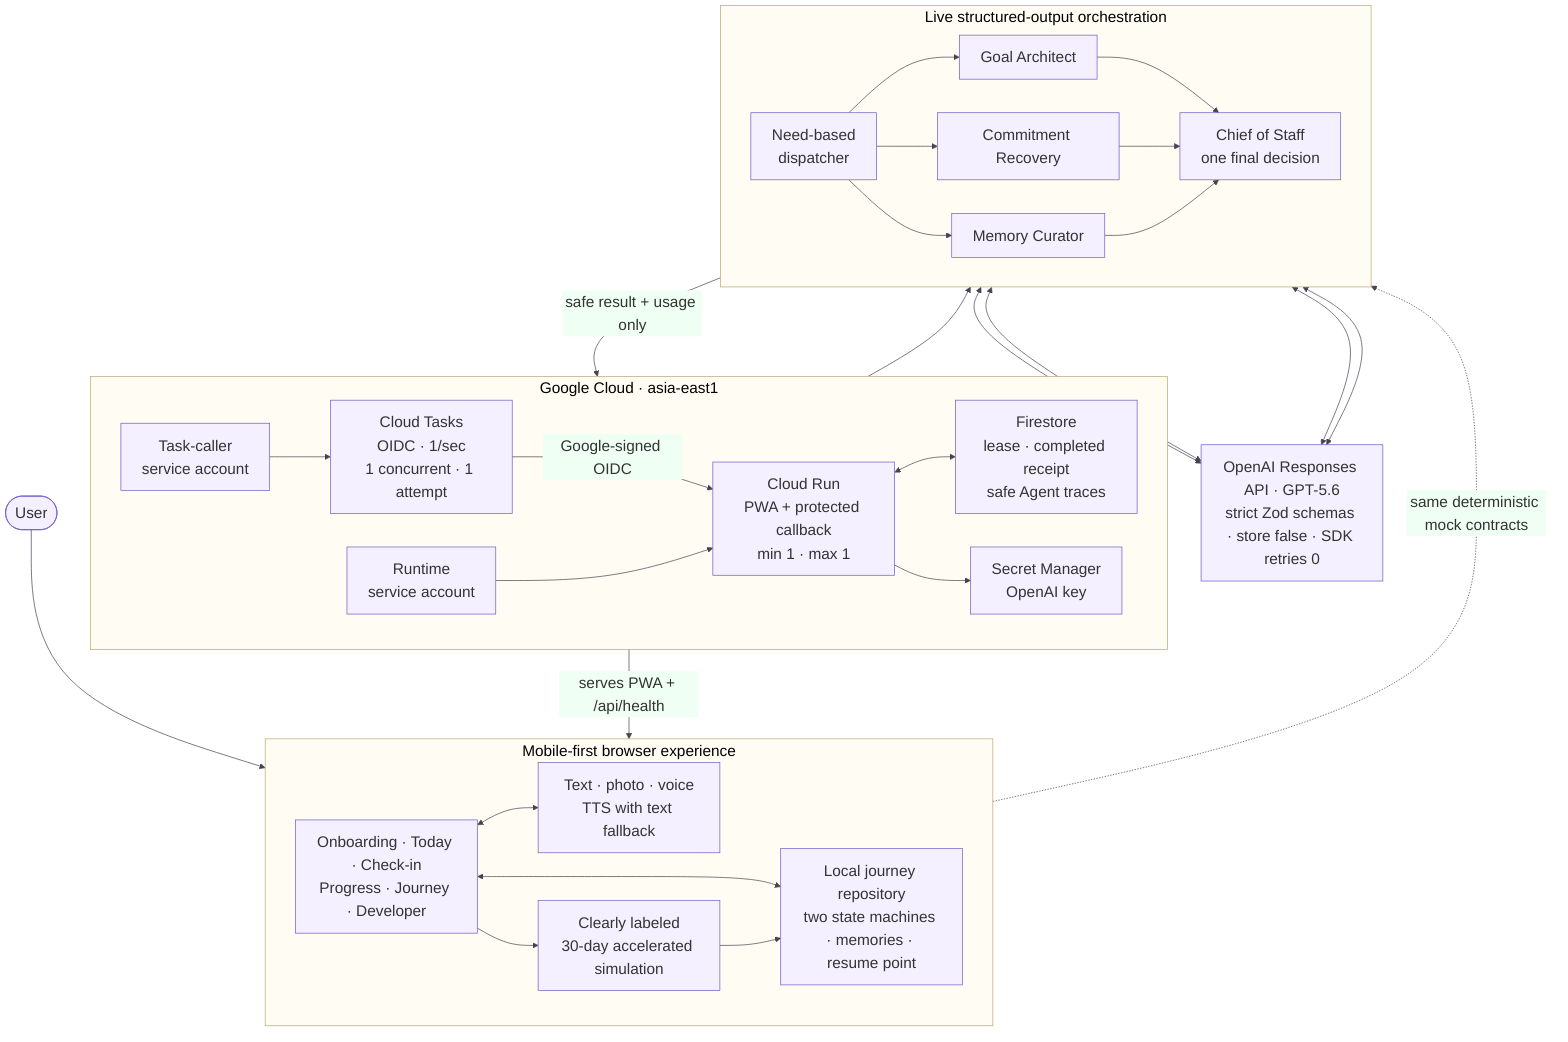
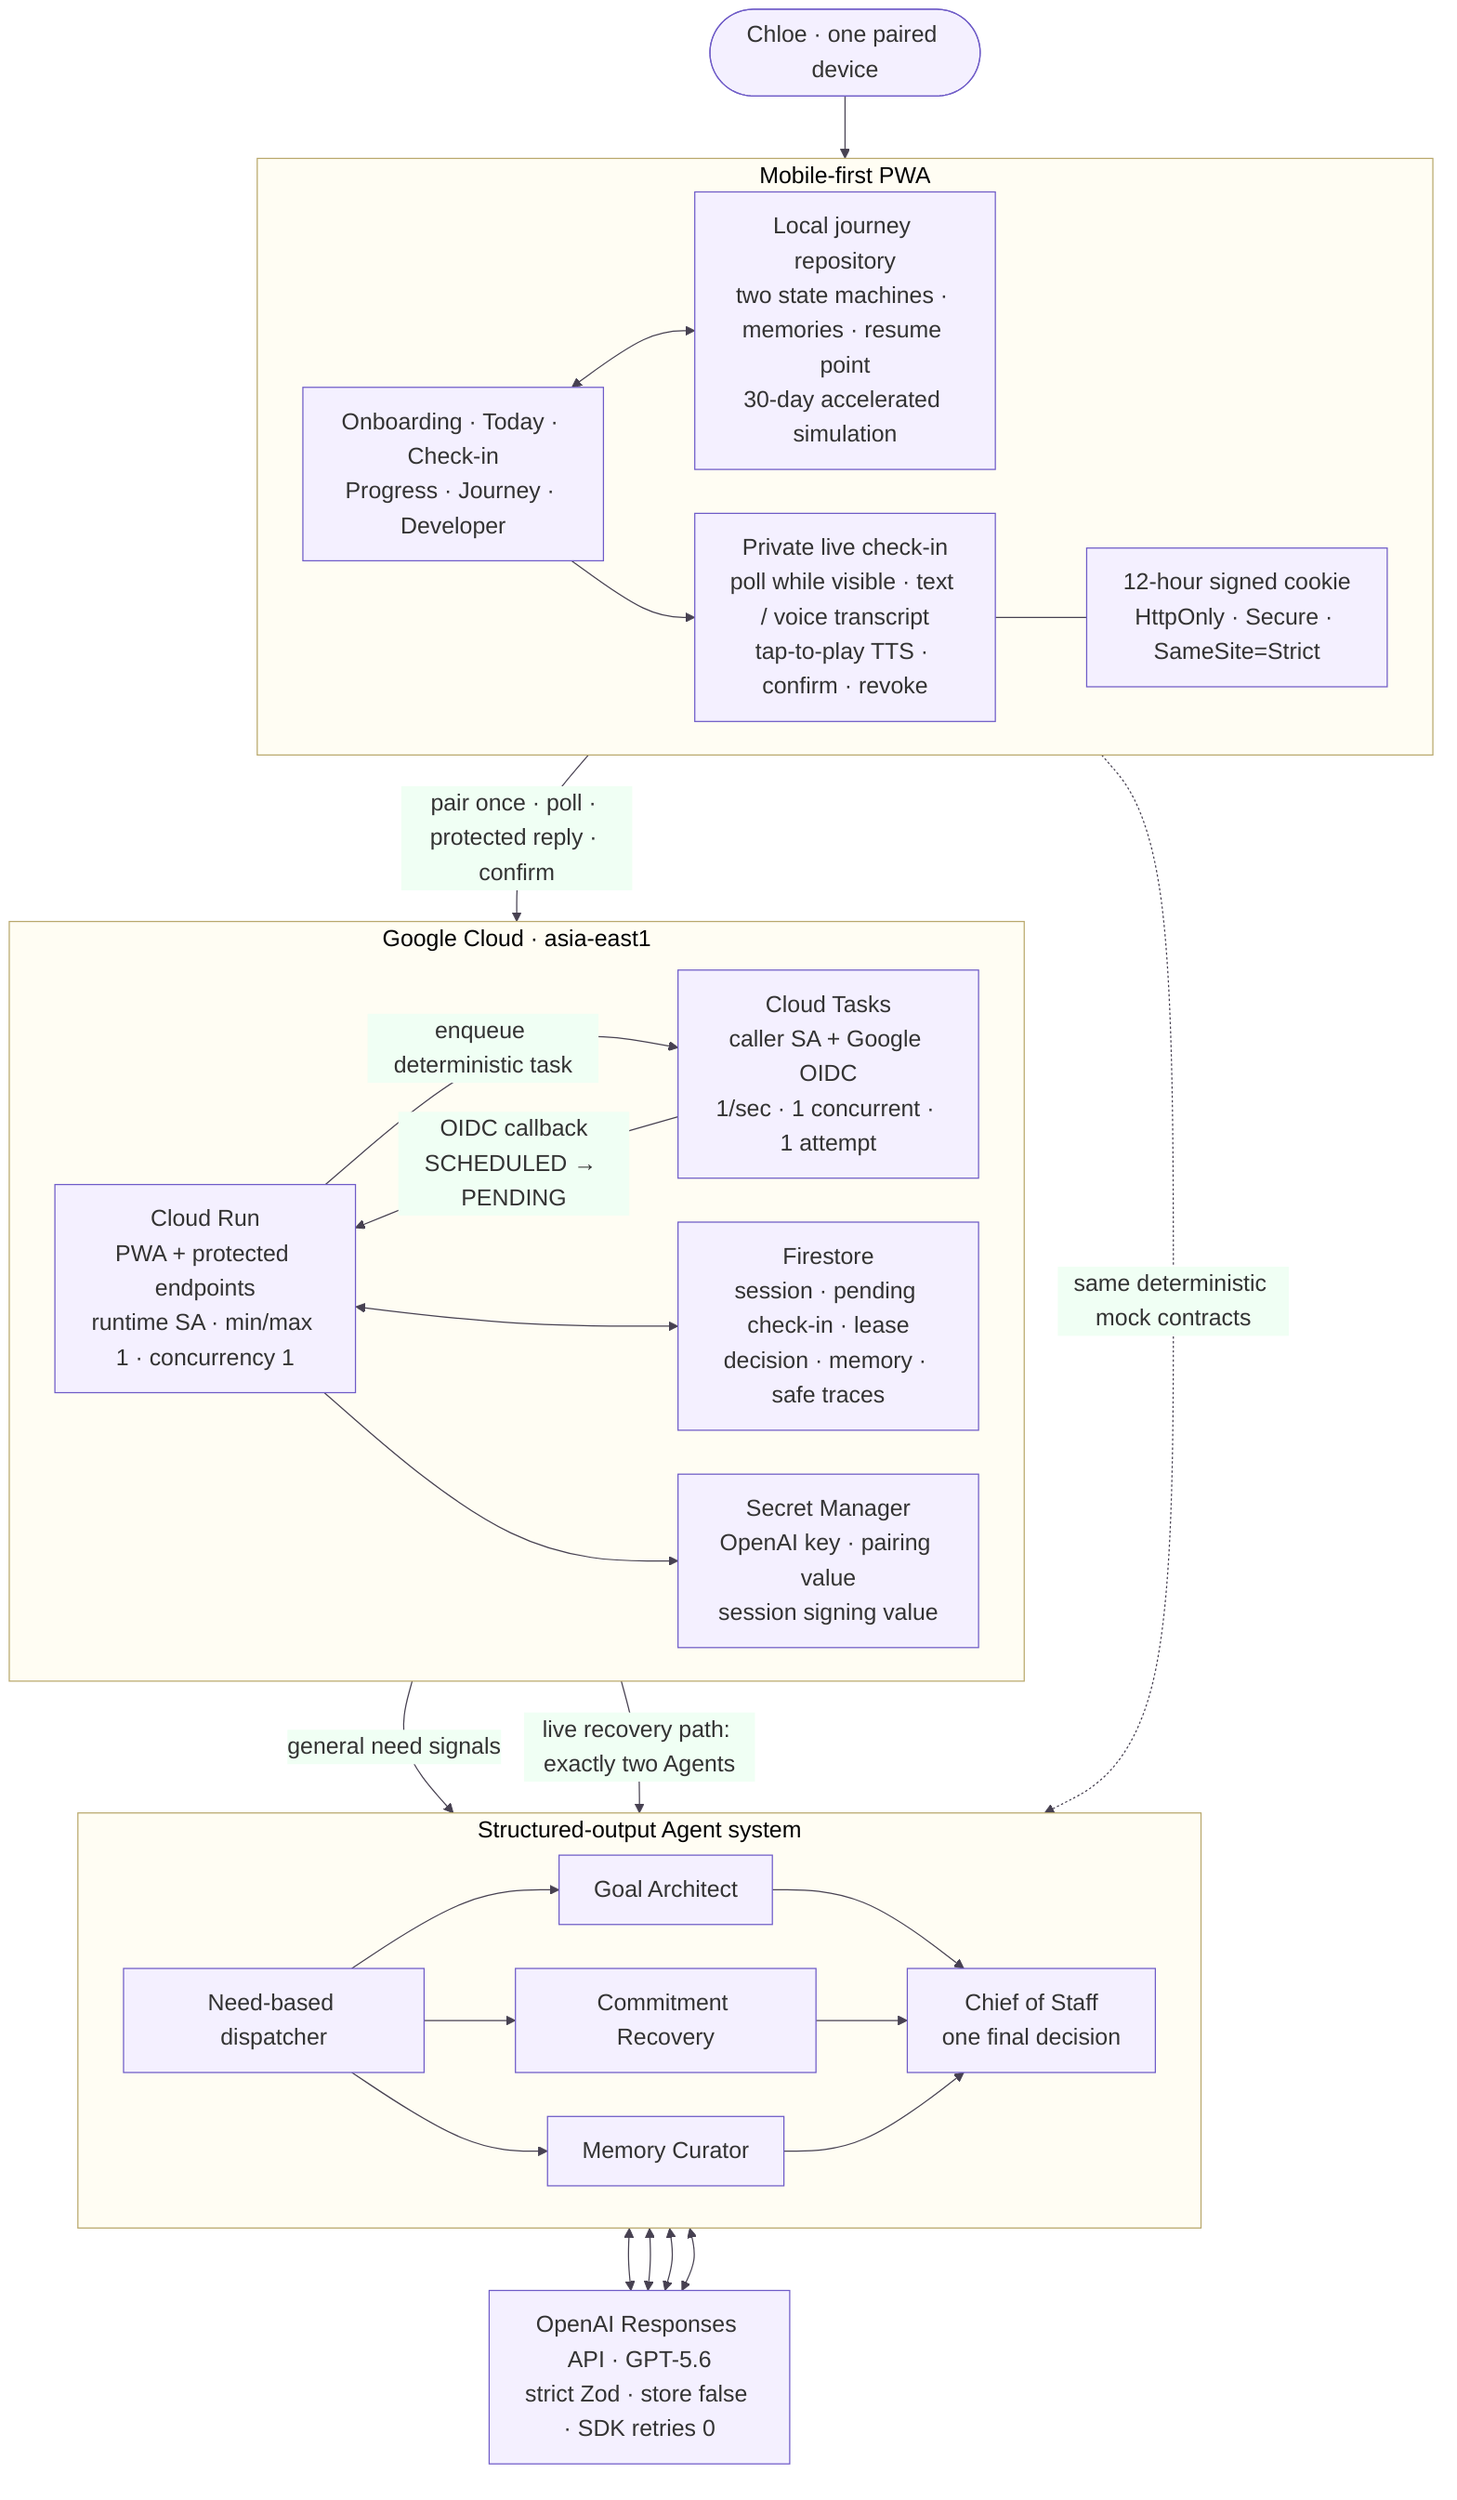
- %%{init: {"theme": "base", "themeVariables": {"fontSize": "22px", "primaryColor": "#F4F0FF", "primaryBorderColor": "#6E5BC7", "lineColor": "#474151", "clusterBkg": "#FFFDF3", "clusterBorder": "#B9A86C"}, "flowchart": {"nodeSpacing": 48, "rankSpacing": 62, "curve": "basis"}}}%%
+ %%{init: {"theme": "base", "themeVariables": {"fontSize": "20px", "primaryColor": "#F4F0FF", "primaryBorderColor": "#6E5BC7", "lineColor": "#474151", "clusterBkg": "#FFFDF3", "clusterBorder": "#B9A86C"}, "flowchart": {"nodeSpacing": 38, "rankSpacing": 54, "curve": "basis"}}}%%
flowchart TB
-     USER(["User"])
+     USER(["Chloe · one paired device"])

-     subgraph BROWSER["Mobile-first browser experience"]
+     subgraph PWA["Mobile-first PWA"]
        direction LR
        UI["Onboarding · Today · Check-in<br/>Progress · Journey · Developer"]
-         LOCAL["Local journey repository<br/>two state machines · memories · resume point"]
-         MEDIA["Text · photo · voice<br/>TTS with text fallback"]
-         SIM["Clearly labeled<br/>30-day accelerated simulation"]
+         LIVE["Private live check-in<br/>poll while visible · text / voice transcript<br/>tap-to-play TTS · confirm · revoke"]
+         COOKIE["12-hour signed cookie<br/>HttpOnly · Secure · SameSite=Strict"]
+         LOCAL["Local journey repository<br/>two state machines · memories · resume point<br/>30-day accelerated simulation"]
+ 
        UI <--> LOCAL
-         UI <--> MEDIA
-         UI --> SIM --> LOCAL
+         UI --> LIVE --- COOKIE
    end

-     subgraph GCP["Google Cloud · asia-east1"]
+     subgraph CLOUD["Google Cloud · asia-east1"]
        direction LR
-         CALLER["Task-caller<br/>service account"]
-         TASKS["Cloud Tasks<br/>OIDC · 1/sec<br/>1 concurrent · 1 attempt"]
-         RUN["Cloud Run<br/>PWA + protected callback<br/>min 1 · max 1"]
-         DB["Firestore<br/>lease · completed receipt<br/>safe Agent traces"]
-         SECRET["Secret Manager<br/>OpenAI key"]
-         RUNTIME["Runtime<br/>service account"]
+         RUN["Cloud Run<br/>PWA + protected endpoints<br/>runtime SA · min/max 1 · concurrency 1"]
+         TASKS["Cloud Tasks<br/>caller SA + Google OIDC<br/>1/sec · 1 concurrent · 1 attempt"]
+         DB["Firestore<br/>session · pending check-in · lease<br/>decision · memory · safe traces"]
+         SECRETS["Secret Manager<br/>OpenAI key · pairing value<br/>session signing value"]

-         CALLER --> TASKS
-         TASKS -->|"Google-signed OIDC"| RUN
-         RUNTIME --> RUN
+         RUN -->|"enqueue deterministic task"| TASKS
+         TASKS -->|"OIDC callback<br/>SCHEDULED → PENDING"| RUN
        RUN <--> DB
-         RUN --> SECRET
+         RUN --> SECRETS
    end

-     subgraph ORCH["Live structured-output orchestration"]
+     subgraph AGENTS["Structured-output Agent system"]
        direction LR
-         DISPATCH["Need-based<br/>dispatcher"]
+         DISPATCH["Need-based dispatcher"]
        GOAL["Goal Architect"]
        RECOVERY["Commitment Recovery"]
        MEMORY["Memory Curator"]
        CHIEF["Chief of Staff<br/>one final decision"]

        DISPATCH --> GOAL --> CHIEF
        DISPATCH --> RECOVERY --> CHIEF
        DISPATCH --> MEMORY --> CHIEF
    end

-     OPENAI["OpenAI Responses API · GPT-5.6<br/>strict Zod schemas · store false · SDK retries 0"]
+     OPENAI["OpenAI Responses API · GPT-5.6<br/>strict Zod · store false · SDK retries 0"]

    USER --> UI
-     RUN -->|"serves PWA + /api/health"| UI
-     RUN --> DISPATCH
+     LIVE -->|"pair once · poll · protected reply · confirm"| RUN
+     RUN -->|"general need signals"| DISPATCH
+     RUN -->|"live recovery path: exactly two Agents"| RECOVERY
    LOCAL -. "same deterministic mock contracts" .-> DISPATCH
    GOAL <--> OPENAI
    RECOVERY <--> OPENAI
    MEMORY <--> OPENAI
    CHIEF <--> OPENAI
-     CHIEF -->|"safe result + usage only"| DB
